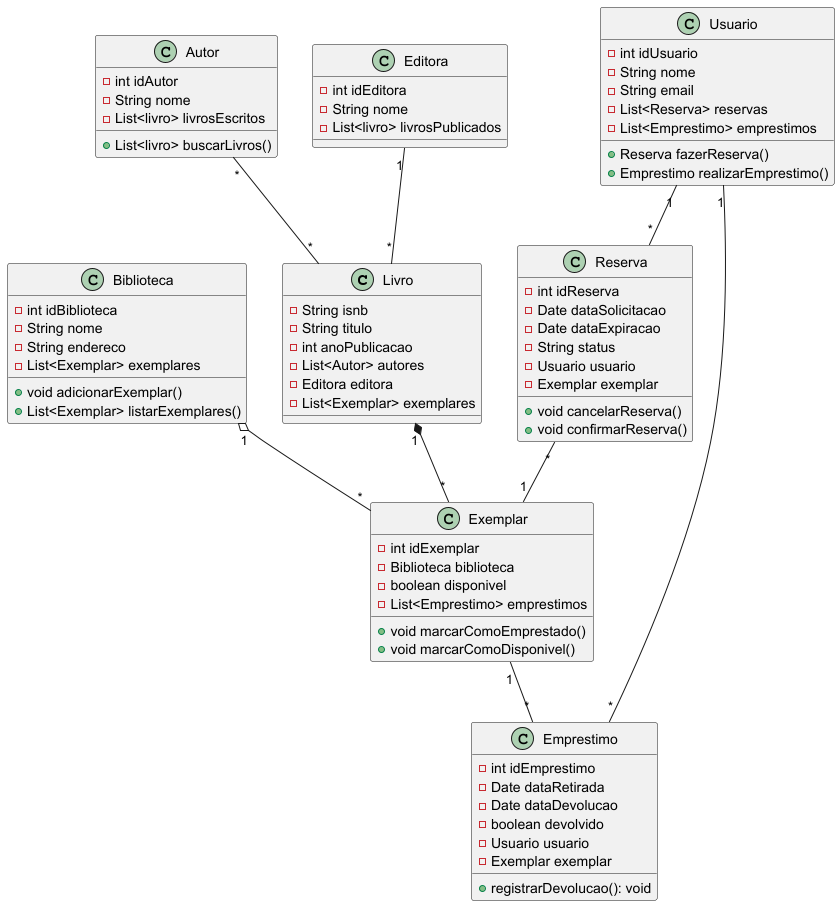
Above: biblioteca/Diagrama-Biblioteca.png in Davi-SC/trabalho-modelagem-uml (PlantUML), before the change.
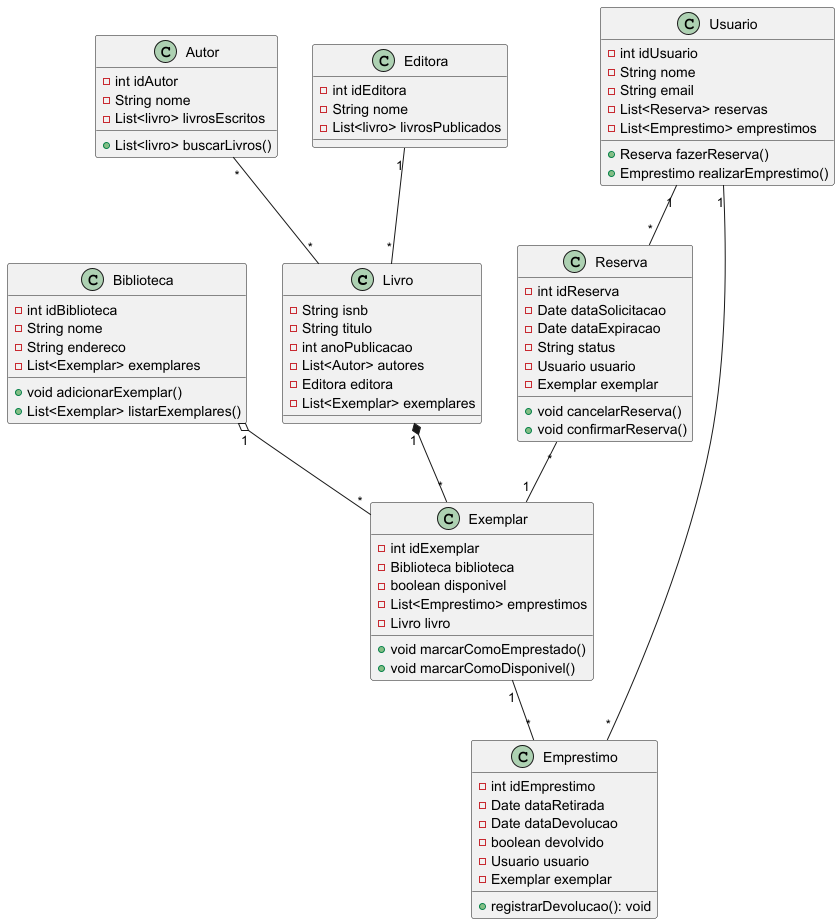
After the change.

Commit message:
Diagrama Biblioteca

What changed in the source:
```diff
@@ -14,6 +14,7 @@
     -Biblioteca biblioteca
     -boolean disponivel
     -List<Emprestimo> emprestimos
+    -Livro livro
     +void marcarComoEmprestado()
     +void marcarComoDisponivel()
 }
```
